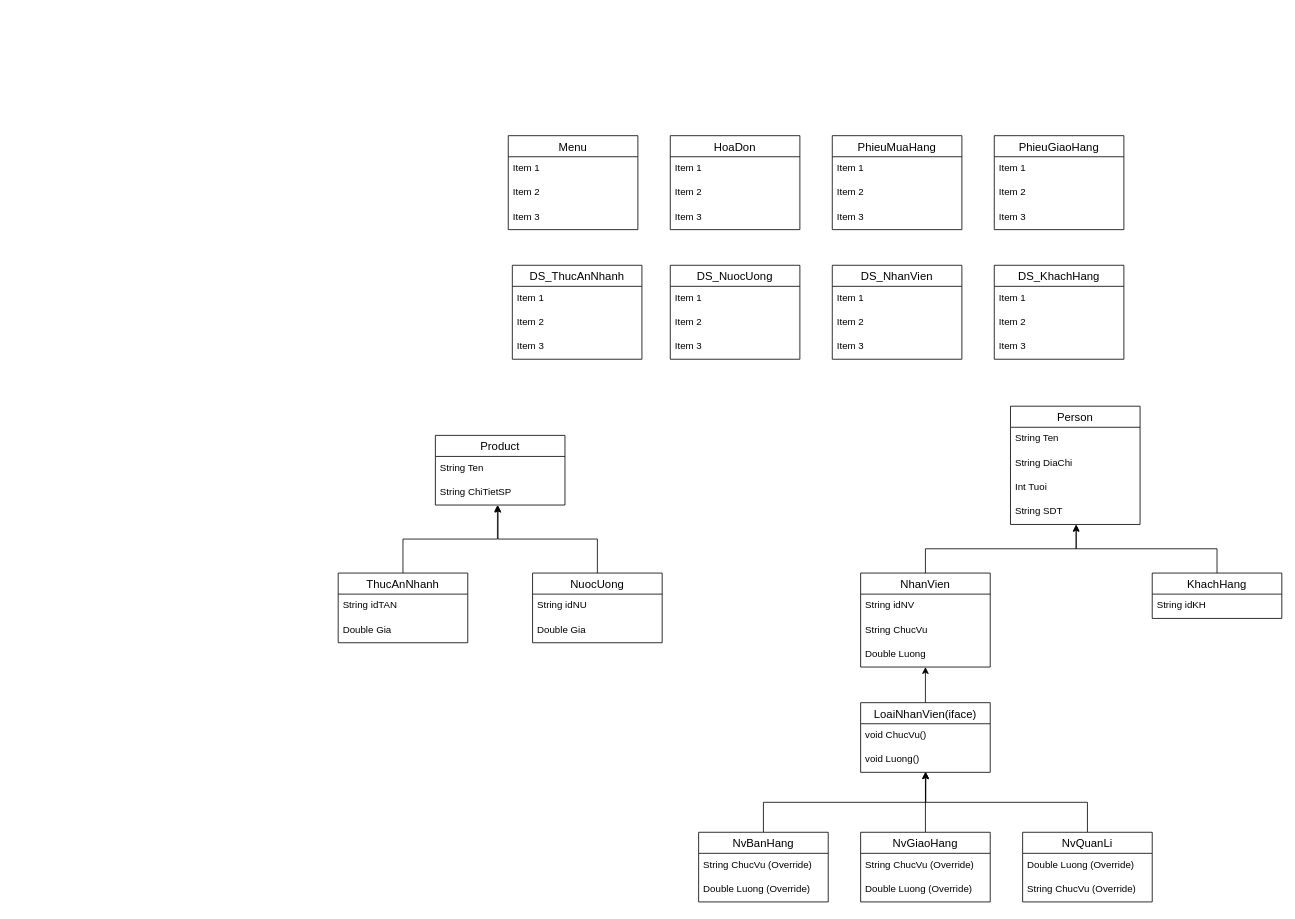
Above: UMLDiagram.drawio in EdgarIgnite16/Fast-food-store-Manager-OOP (draw.io), before the change. Source tidied: cells renumbered, new cells numbered last; positions are measured from the earlier drawing's top-left corner, leaving out a move shared by most shapes. Both pictures are drawn from the tidied source at 81%, with x=0, y=0 at pixel (338, 135).
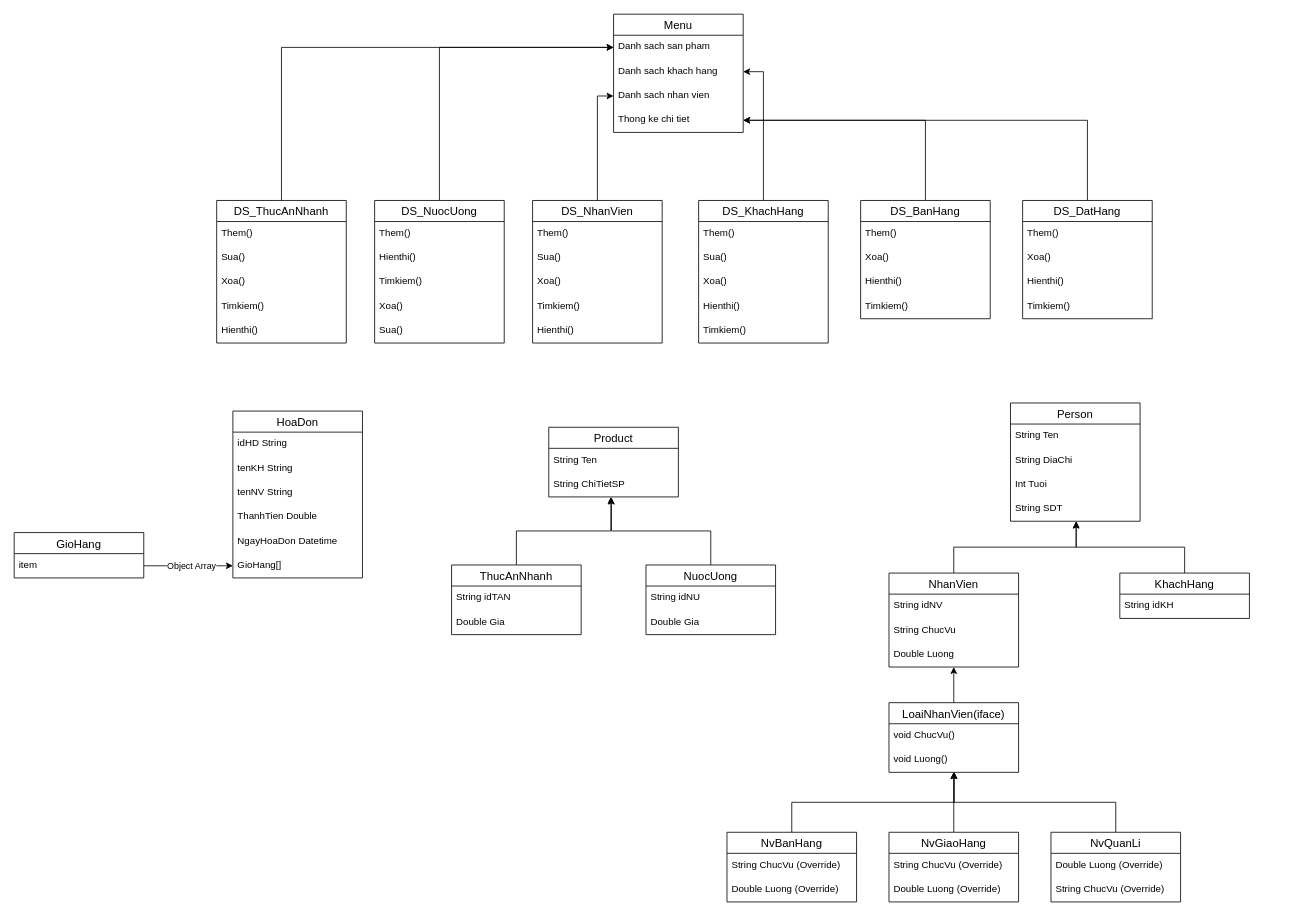
The same diagram, later.

Commit message (it also covers changes not shown here):
update UML diagram

Diff of the diagram source:
```diff
@@
     <mxCell id="2" value="Product" style="swimlane;fontStyle=0;horizontal=1;startSize=26;align=center;fontSize=14;" parent="1" vertex="1">
-      <mxGeometry x="120" y="370" width="160" height="86" as="geometry" />
+      <mxGeometry x="260" y="360" width="160" height="86" as="geometry" />
     </mxCell>
@@
     <mxCell id="5" value="HoaDon" style="swimlane;fontStyle=0;horizontal=1;startSize=26;align=center;fontSize=14;" parent="1" vertex="1">
-      <mxGeometry x="410" width="160" height="116" as="geometry" />
+      <mxGeometry x="-130" y="340" width="160" height="206" as="geometry" />
     </mxCell>
-    <mxCell id="6" value="Item 1" style="text;strokeColor=none;fillColor=none;spacingLeft=4;spacingRight=4;overflow=hidden;fontSize=12;" parent="5" vertex="1">
+    <mxCell id="6" value="idHD String" style="text;strokeColor=none;fillColor=none;spacingLeft=4;spacingRight=4;overflow=hidden;fontSize=12;" parent="5" vertex="1">
       <mxGeometry y="26" width="160" height="30" as="geometry" />
     </mxCell>
+    <mxCell id="74" value="tenKH String" style="text;strokeColor=none;fillColor=none;spacingLeft=4;spacingRight=4;overflow=hidden;fontSize=12;" parent="5" vertex="1">
+      <mxGeometry y="56" width="160" height="30" as="geometry" />
+    </mxCell>
+    <mxCell id="75" value="tenNV String" style="text;strokeColor=none;fillColor=none;spacingLeft=4;spacingRight=4;overflow=hidden;fontSize=12;" parent="5" vertex="1">
+      <mxGeometry y="86" width="160" height="30" as="geometry" />
+    </mxCell>
+    <mxCell id="76" value="ThanhTien Double" style="text;strokeColor=none;fillColor=none;spacingLeft=4;spacingRight=4;overflow=hidden;fontSize=12;" parent="5" vertex="1">
+      <mxGeometry y="116" width="160" height="30" as="geometry" />
+    </mxCell>
-    <mxCell id="7" value="Item 2" style="text;strokeColor=none;fillColor=none;spacingLeft=4;spacingRight=4;overflow=hidden;fontSize=12;" parent="5" vertex="1">
-      <mxGeometry y="56" width="160" height="30" as="geometry" />
+    <mxCell id="7" value="NgayHoaDon Datetime" style="text;strokeColor=none;fillColor=none;spacingLeft=4;spacingRight=4;overflow=hidden;fontSize=12;" parent="5" vertex="1">
+      <mxGeometry y="146" width="160" height="30" as="geometry" />
     </mxCell>
-    <mxCell id="8" value="Item 3" style="text;strokeColor=none;fillColor=none;spacingLeft=4;spacingRight=4;overflow=hidden;fontSize=12;" parent="5" vertex="1">
-      <mxGeometry y="86" width="160" height="30" as="geometry" />
-    </mxCell>
-    <mxCell id="9" value="PhieuMuaHang" style="swimlane;fontStyle=0;horizontal=1;startSize=26;align=center;fontSize=14;" parent="1" vertex="1">
-      <mxGeometry x="610" width="160" height="116" as="geometry" />
-    </mxCell>
-    <mxCell id="10" value="Item 1" style="text;strokeColor=none;fillColor=none;spacingLeft=4;spacingRight=4;overflow=hidden;fontSize=12;" parent="9" vertex="1">
-      <mxGeometry y="26" width="160" height="30" as="geometry" />
-    </mxCell>
-    <mxCell id="11" value="Item 2" style="text;strokeColor=none;fillColor=none;spacingLeft=4;spacingRight=4;overflow=hidden;fontSize=12;" parent="9" vertex="1">
-      <mxGeometry y="56" width="160" height="30" as="geometry" />
-    </mxCell>
-    <mxCell id="12" value="Item 3" style="text;strokeColor=none;fillColor=none;spacingLeft=4;spacingRight=4;overflow=hidden;fontSize=12;" parent="9" vertex="1">
-      <mxGeometry y="86" width="160" height="30" as="geometry" />
-    </mxCell>
-    <mxCell id="13" value="PhieuGiaoHang" style="swimlane;fontStyle=0;horizontal=1;startSize=26;align=center;fontSize=14;" parent="1" vertex="1">
-      <mxGeometry x="810" width="160" height="116" as="geometry" />
-    </mxCell>
-    <mxCell id="14" value="Item 1" style="text;strokeColor=none;fillColor=none;spacingLeft=4;spacingRight=4;overflow=hidden;fontSize=12;" parent="13" vertex="1">
-      <mxGeometry y="26" width="160" height="30" as="geometry" />
-    </mxCell>
-    <mxCell id="15" value="Item 2" style="text;strokeColor=none;fillColor=none;spacingLeft=4;spacingRight=4;overflow=hidden;fontSize=12;" parent="13" vertex="1">
-      <mxGeometry y="56" width="160" height="30" as="geometry" />
-    </mxCell>
-    <mxCell id="16" value="Item 3" style="text;strokeColor=none;fillColor=none;spacingLeft=4;spacingRight=4;overflow=hidden;fontSize=12;" parent="13" vertex="1">
-      <mxGeometry y="86" width="160" height="30" as="geometry" />
-    </mxCell>
+    <mxCell id="77" value="GioHang[]" style="text;strokeColor=none;fillColor=none;spacingLeft=4;spacingRight=4;overflow=hidden;points=[[0,0.5],[1,0.5]];portConstraint=eastwest;fontSize=12;" parent="5" vertex="1">
+      <mxGeometry y="176" width="160" height="30" as="geometry" />
+    </mxCell>
@@
     <mxCell id="18" value="ThucAnNhanh" style="swimlane;fontStyle=0;horizontal=1;startSize=26;align=center;fontSize=14;" parent="1" vertex="1">
-      <mxGeometry y="540" width="160" height="86" as="geometry" />
+      <mxGeometry x="140" y="530" width="160" height="86" as="geometry" />
     </mxCell>
@@
     <mxCell id="22" value="NuocUong" style="swimlane;fontStyle=0;horizontal=1;startSize=26;align=center;fontSize=14;" parent="1" vertex="1">
-      <mxGeometry x="240" y="540" width="160" height="86" as="geometry" />
+      <mxGeometry x="380" y="530" width="160" height="86" as="geometry" />
     </mxCell>
@@
     <mxCell id="25" value="Person" style="swimlane;fontStyle=0;horizontal=1;startSize=26;align=center;fontSize=14;" parent="1" vertex="1">
-      <mxGeometry x="830" y="334" width="160" height="146" as="geometry" />
+      <mxGeometry x="830" y="330" width="160" height="146" as="geometry" />
     </mxCell>
@@
     <mxCell id="31" value="NhanVien" style="swimlane;fontStyle=0;horizontal=1;startSize=26;align=center;fontSize=14;" parent="1" vertex="1">
-      <mxGeometry x="645" y="540" width="160" height="116" as="geometry" />
+      <mxGeometry x="680" y="540" width="160" height="116" as="geometry" />
     </mxCell>
@@
     <mxCell id="36" value="KhachHang" style="swimlane;fontStyle=0;horizontal=1;startSize=26;align=center;fontSize=14;" parent="1" vertex="1">
-      <mxGeometry x="1005" y="540" width="160" height="56" as="geometry" />
+      <mxGeometry x="965" y="540" width="160" height="56" as="geometry" />
     </mxCell>
@@
     <mxCell id="39" value="NvBanHang" style="swimlane;fontStyle=0;horizontal=1;startSize=26;align=center;fontSize=14;" parent="1" vertex="1">
-      <mxGeometry x="445" y="860" width="160" height="86" as="geometry" />
+      <mxGeometry x="480" y="860" width="160" height="86" as="geometry" />
     </mxCell>
@@
+    <mxCell id="78" style="edgeStyle=orthogonalEdgeStyle;rounded=0;jettySize=auto;html=1;entryX=0;entryY=0.5;entryDx=0;entryDy=0;" parent="1" edge="1" source="42" target="67">
+      <mxGeometry relative="1" as="geometry" />
+    </mxCell>
     <mxCell id="42" value="DS_ThucAnNhanh" style="swimlane;fontStyle=0;horizontal=1;startSize=26;align=center;fontSize=14;" parent="1" vertex="1">
-      <mxGeometry x="215" y="160" width="160" height="116" as="geometry" />
+      <mxGeometry x="-150" y="80" width="160" height="176" as="geometry" />
     </mxCell>
-    <mxCell id="43" value="Item 1" style="text;strokeColor=none;fillColor=none;spacingLeft=4;spacingRight=4;overflow=hidden;fontSize=12;" parent="42" vertex="1">
+    <mxCell id="43" value="Them()" style="text;strokeColor=none;fillColor=none;spacingLeft=4;spacingRight=4;overflow=hidden;fontSize=12;" parent="42" vertex="1">
       <mxGeometry y="26" width="160" height="30" as="geometry" />
     </mxCell>
-    <mxCell id="44" value="Item 2" style="text;strokeColor=none;fillColor=none;spacingLeft=4;spacingRight=4;overflow=hidden;fontSize=12;" parent="42" vertex="1">
+    <mxCell id="44" value="Sua()" style="text;strokeColor=none;fillColor=none;spacingLeft=4;spacingRight=4;overflow=hidden;fontSize=12;" parent="42" vertex="1">
       <mxGeometry y="56" width="160" height="30" as="geometry" />
     </mxCell>
-    <mxCell id="45" value="Item 3" style="text;strokeColor=none;fillColor=none;spacingLeft=4;spacingRight=4;overflow=hidden;fontSize=12;" parent="42" vertex="1">
+    <mxCell id="45" value="Xoa()" style="text;strokeColor=none;fillColor=none;spacingLeft=4;spacingRight=4;overflow=hidden;fontSize=12;" parent="42" vertex="1">
       <mxGeometry y="86" width="160" height="30" as="geometry" />
     </mxCell>
+    <mxCell id="79" value="Timkiem()" style="text;strokeColor=none;fillColor=none;spacingLeft=4;spacingRight=4;overflow=hidden;fontSize=12;" parent="42" vertex="1">
+      <mxGeometry y="116" width="160" height="30" as="geometry" />
+    </mxCell>
+    <mxCell id="80" value="Hienthi()" style="text;strokeColor=none;fillColor=none;spacingLeft=4;spacingRight=4;overflow=hidden;fontSize=12;" parent="42" vertex="1">
+      <mxGeometry y="146" width="160" height="30" as="geometry" />
+    </mxCell>
+    <mxCell id="81" style="edgeStyle=orthogonalEdgeStyle;rounded=0;jettySize=auto;html=1;entryX=0;entryY=0.5;entryDx=0;entryDy=0;" parent="1" edge="1" source="46" target="67">
+      <mxGeometry relative="1" as="geometry" />
+    </mxCell>
     <mxCell id="46" value="DS_NuocUong" style="swimlane;fontStyle=0;horizontal=1;startSize=26;align=center;fontSize=14;" parent="1" vertex="1">
-      <mxGeometry x="410" y="160" width="160" height="116" as="geometry" />
+      <mxGeometry x="45" y="80" width="160" height="176" as="geometry" />
     </mxCell>
-    <mxCell id="47" value="Item 1" style="text;strokeColor=none;fillColor=none;spacingLeft=4;spacingRight=4;overflow=hidden;fontSize=12;" parent="46" vertex="1">
-      <mxGeometry y="26" width="160" height="30" as="geometry" />
-    </mxCell>
-    <mxCell id="48" value="Item 2" style="text;strokeColor=none;fillColor=none;spacingLeft=4;spacingRight=4;overflow=hidden;fontSize=12;" parent="46" vertex="1">
-      <mxGeometry y="56" width="160" height="30" as="geometry" />
-    </mxCell>
-    <mxCell id="49" value="Item 3" style="text;strokeColor=none;fillColor=none;spacingLeft=4;spacingRight=4;overflow=hidden;fontSize=12;" parent="46" vertex="1">
-      <mxGeometry y="86" width="160" height="30" as="geometry" />
-    </mxCell>
+    <mxCell id="82" value="Them()" style="text;strokeColor=none;fillColor=none;spacingLeft=4;spacingRight=4;overflow=hidden;fontSize=12;" parent="46" vertex="1">
+      <mxGeometry y="26" width="160" height="30" as="geometry" />
+    </mxCell>
+    <mxCell id="83" value="Hienthi()" style="text;strokeColor=none;fillColor=none;spacingLeft=4;spacingRight=4;overflow=hidden;fontSize=12;" parent="46" vertex="1">
+      <mxGeometry y="56" width="160" height="30" as="geometry" />
+    </mxCell>
+    <mxCell id="84" value="Timkiem()" style="text;strokeColor=none;fillColor=none;spacingLeft=4;spacingRight=4;overflow=hidden;fontSize=12;" parent="46" vertex="1">
+      <mxGeometry y="86" width="160" height="30" as="geometry" />
+    </mxCell>
+    <mxCell id="85" value="Xoa()" style="text;strokeColor=none;fillColor=none;spacingLeft=4;spacingRight=4;overflow=hidden;fontSize=12;" parent="46" vertex="1">
+      <mxGeometry y="116" width="160" height="30" as="geometry" />
+    </mxCell>
+    <mxCell id="86" value="Sua()" style="text;strokeColor=none;fillColor=none;spacingLeft=4;spacingRight=4;overflow=hidden;fontSize=12;" parent="46" vertex="1">
+      <mxGeometry y="146" width="160" height="30" as="geometry" />
+    </mxCell>
+    <mxCell id="87" style="edgeStyle=orthogonalEdgeStyle;rounded=0;jettySize=auto;html=1;entryX=0;entryY=0.5;entryDx=0;entryDy=0;" parent="1" edge="1" source="50" target="100">
+      <mxGeometry relative="1" as="geometry" />
+    </mxCell>
     <mxCell id="50" value="DS_NhanVien" style="swimlane;fontStyle=0;horizontal=1;startSize=26;align=center;fontSize=14;" parent="1" vertex="1">
-      <mxGeometry x="610" y="160" width="160" height="116" as="geometry" />
+      <mxGeometry x="240" y="80" width="160" height="176" as="geometry" />
     </mxCell>
-    <mxCell id="51" value="Item 1" style="text;strokeColor=none;fillColor=none;spacingLeft=4;spacingRight=4;overflow=hidden;fontSize=12;" parent="50" vertex="1">
-      <mxGeometry y="26" width="160" height="30" as="geometry" />
-    </mxCell>
-    <mxCell id="52" value="Item 2" style="text;strokeColor=none;fillColor=none;spacingLeft=4;spacingRight=4;overflow=hidden;fontSize=12;" parent="50" vertex="1">
-      <mxGeometry y="56" width="160" height="30" as="geometry" />
-    </mxCell>
-    <mxCell id="53" value="Item 3" style="text;strokeColor=none;fillColor=none;spacingLeft=4;spacingRight=4;overflow=hidden;fontSize=12;" parent="50" vertex="1">
-      <mxGeometry y="86" width="160" height="30" as="geometry" />
-    </mxCell>
+    <mxCell id="88" value="Them()" style="text;strokeColor=none;fillColor=none;spacingLeft=4;spacingRight=4;overflow=hidden;fontSize=12;" parent="50" vertex="1">
+      <mxGeometry y="26" width="160" height="30" as="geometry" />
+    </mxCell>
+    <mxCell id="89" value="Sua()" style="text;strokeColor=none;fillColor=none;spacingLeft=4;spacingRight=4;overflow=hidden;fontSize=12;" parent="50" vertex="1">
+      <mxGeometry y="56" width="160" height="30" as="geometry" />
+    </mxCell>
+    <mxCell id="90" value="Xoa()" style="text;strokeColor=none;fillColor=none;spacingLeft=4;spacingRight=4;overflow=hidden;fontSize=12;" parent="50" vertex="1">
+      <mxGeometry y="86" width="160" height="30" as="geometry" />
+    </mxCell>
+    <mxCell id="91" value="Timkiem()" style="text;strokeColor=none;fillColor=none;spacingLeft=4;spacingRight=4;overflow=hidden;fontSize=12;" parent="50" vertex="1">
+      <mxGeometry y="116" width="160" height="30" as="geometry" />
+    </mxCell>
+    <mxCell id="92" value="Hienthi()" style="text;strokeColor=none;fillColor=none;spacingLeft=4;spacingRight=4;overflow=hidden;fontSize=12;" parent="50" vertex="1">
+      <mxGeometry y="146" width="160" height="30" as="geometry" />
+    </mxCell>
+    <mxCell id="93" style="edgeStyle=orthogonalEdgeStyle;rounded=0;jettySize=auto;html=1;entryX=1;entryY=0.5;entryDx=0;entryDy=0;" parent="1" edge="1" source="54" target="99">
+      <mxGeometry relative="1" as="geometry" />
+    </mxCell>
     <mxCell id="54" value="DS_KhachHang" style="swimlane;fontStyle=0;horizontal=1;startSize=26;align=center;fontSize=14;" parent="1" vertex="1">
-      <mxGeometry x="810" y="160" width="160" height="116" as="geometry" />
+      <mxGeometry x="445" y="80" width="160" height="176" as="geometry" />
     </mxCell>
-    <mxCell id="55" value="Item 1" style="text;strokeColor=none;fillColor=none;spacingLeft=4;spacingRight=4;overflow=hidden;fontSize=12;" parent="54" vertex="1">
-      <mxGeometry y="26" width="160" height="30" as="geometry" />
-    </mxCell>
-    <mxCell id="56" value="Item 2" style="text;strokeColor=none;fillColor=none;spacingLeft=4;spacingRight=4;overflow=hidden;fontSize=12;" parent="54" vertex="1">
-      <mxGeometry y="56" width="160" height="30" as="geometry" />
-    </mxCell>
-    <mxCell id="57" value="Item 3" style="text;strokeColor=none;fillColor=none;spacingLeft=4;spacingRight=4;overflow=hidden;fontSize=12;" parent="54" vertex="1">
-      <mxGeometry y="86" width="160" height="30" as="geometry" />
-    </mxCell>
+    <mxCell id="94" value="Them()" style="text;strokeColor=none;fillColor=none;spacingLeft=4;spacingRight=4;overflow=hidden;fontSize=12;" parent="54" vertex="1">
+      <mxGeometry y="26" width="160" height="30" as="geometry" />
+    </mxCell>
+    <mxCell id="95" value="Sua()" style="text;strokeColor=none;fillColor=none;spacingLeft=4;spacingRight=4;overflow=hidden;fontSize=12;" parent="54" vertex="1">
+      <mxGeometry y="56" width="160" height="30" as="geometry" />
+    </mxCell>
+    <mxCell id="96" value="Xoa()" style="text;strokeColor=none;fillColor=none;spacingLeft=4;spacingRight=4;overflow=hidden;fontSize=12;" parent="54" vertex="1">
+      <mxGeometry y="86" width="160" height="30" as="geometry" />
+    </mxCell>
+    <mxCell id="97" value="Hienthi()" style="text;strokeColor=none;fillColor=none;spacingLeft=4;spacingRight=4;overflow=hidden;fontSize=12;" parent="54" vertex="1">
+      <mxGeometry y="116" width="160" height="30" as="geometry" />
+    </mxCell>
+    <mxCell id="98" value="Timkiem()" style="text;strokeColor=none;fillColor=none;spacingLeft=4;spacingRight=4;overflow=hidden;fontSize=12;" parent="54" vertex="1">
+      <mxGeometry y="146" width="160" height="30" as="geometry" />
+    </mxCell>
@@
     <mxCell id="59" value="NvGiaoHang" style="swimlane;fontStyle=0;horizontal=1;startSize=26;align=center;fontSize=14;" parent="1" vertex="1">
-      <mxGeometry x="645" y="860" width="160" height="86" as="geometry" />
+      <mxGeometry x="680" y="860" width="160" height="86" as="geometry" />
     </mxCell>
@@
     <mxCell id="63" value="NvQuanLi" style="swimlane;fontStyle=0;horizontal=1;startSize=26;align=center;fontSize=14;swimlaneFillColor=default;" parent="1" vertex="1">
-      <mxGeometry x="845" y="860" width="160" height="86" as="geometry" />
+      <mxGeometry x="880" y="860" width="160" height="86" as="geometry" />
     </mxCell>
@@
     <mxCell id="66" value="Menu" style="swimlane;fontStyle=0;horizontal=1;startSize=26;align=center;fontSize=14;" parent="1" vertex="1">
-      <mxGeometry x="210" width="160" height="116" as="geometry" />
+      <mxGeometry x="340" y="-150" width="160" height="146" as="geometry" />
     </mxCell>
-    <mxCell id="67" value="Item 1" style="text;strokeColor=none;fillColor=none;spacingLeft=4;spacingRight=4;overflow=hidden;points=[[0,0.5],[1,0.5]];portConstraint=eastwest;fontSize=12;" parent="66" vertex="1">
+    <mxCell id="67" value="Danh sach san pham" style="text;strokeColor=none;fillColor=none;spacingLeft=4;spacingRight=4;overflow=hidden;points=[[0,0.5],[1,0.5]];portConstraint=eastwest;fontSize=12;" parent="66" vertex="1">
       <mxGeometry y="26" width="160" height="30" as="geometry" />
     </mxCell>
-    <mxCell id="68" value="Item 2" style="text;strokeColor=none;fillColor=none;spacingLeft=4;spacingRight=4;overflow=hidden;fontSize=12;" parent="66" vertex="1">
-      <mxGeometry y="56" width="160" height="30" as="geometry" />
-    </mxCell>
-    <mxCell id="69" value="Item 3" style="text;strokeColor=none;fillColor=none;spacingLeft=4;spacingRight=4;overflow=hidden;fontSize=12;" parent="66" vertex="1">
-      <mxGeometry y="86" width="160" height="30" as="geometry" />
-    </mxCell>
+    <mxCell id="99" value="Danh sach khach hang" style="text;strokeColor=none;fillColor=none;spacingLeft=4;spacingRight=4;overflow=hidden;points=[[0,0.5],[1,0.5]];portConstraint=eastwest;fontSize=12;" parent="66" vertex="1">
+      <mxGeometry y="56" width="160" height="30" as="geometry" />
+    </mxCell>
+    <mxCell id="100" value="Danh sach nhan vien" style="text;strokeColor=none;fillColor=none;spacingLeft=4;spacingRight=4;overflow=hidden;points=[[0,0.5],[1,0.5]];portConstraint=eastwest;fontSize=12;" parent="66" vertex="1">
+      <mxGeometry y="86" width="160" height="30" as="geometry" />
+    </mxCell>
+    <mxCell id="101" value="Thong ke chi tiet" style="text;strokeColor=none;fillColor=none;spacingLeft=4;spacingRight=4;overflow=hidden;points=[[0,0.5],[1,0.5]];portConstraint=eastwest;fontSize=12;" parent="66" vertex="1">
+      <mxGeometry y="116" width="160" height="30" as="geometry" />
+    </mxCell>
@@
     <mxCell id="71" value="LoaiNhanVien(iface)" style="swimlane;fontStyle=0;horizontal=1;startSize=26;align=center;fontSize=14;" parent="1" vertex="1">
-      <mxGeometry x="645" y="700" width="160" height="86" as="geometry" />
+      <mxGeometry x="680" y="700" width="160" height="86" as="geometry" />
     </mxCell>
@@
+    <mxCell id="102" style="edgeStyle=orthogonalEdgeStyle;rounded=0;jettySize=auto;html=1;" parent="1" edge="1" source="103" target="101">
+      <mxGeometry relative="1" as="geometry" />
+    </mxCell>
+    <mxCell id="103" value="DS_BanHang" style="swimlane;fontStyle=0;horizontal=1;startSize=26;align=center;fontSize=14;" parent="1" vertex="1">
+      <mxGeometry x="645" y="80" width="160" height="146" as="geometry" />
+    </mxCell>
+    <mxCell id="104" value="Them()" style="text;strokeColor=none;fillColor=none;spacingLeft=4;spacingRight=4;overflow=hidden;fontSize=12;" parent="103" vertex="1">
+      <mxGeometry y="26" width="160" height="30" as="geometry" />
+    </mxCell>
+    <mxCell id="105" value="Xoa()" style="text;strokeColor=none;fillColor=none;spacingLeft=4;spacingRight=4;overflow=hidden;fontSize=12;" parent="103" vertex="1">
+      <mxGeometry y="56" width="160" height="30" as="geometry" />
+    </mxCell>
+    <mxCell id="106" value="Hienthi()" style="text;strokeColor=none;fillColor=none;spacingLeft=4;spacingRight=4;overflow=hidden;fontSize=12;" parent="103" vertex="1">
+      <mxGeometry y="86" width="160" height="30" as="geometry" />
+    </mxCell>
+    <mxCell id="107" value="Timkiem()" style="text;strokeColor=none;fillColor=none;spacingLeft=4;spacingRight=4;overflow=hidden;fontSize=12;" parent="103" vertex="1">
+      <mxGeometry y="116" width="160" height="30" as="geometry" />
+    </mxCell>
+    <mxCell id="108" style="edgeStyle=orthogonalEdgeStyle;rounded=0;jettySize=auto;html=1;" parent="1" edge="1" source="109" target="101">
+      <mxGeometry relative="1" as="geometry" />
+    </mxCell>
+    <mxCell id="109" value="DS_DatHang" style="swimlane;fontStyle=0;horizontal=1;startSize=26;align=center;fontSize=14;" parent="1" vertex="1">
+      <mxGeometry x="845" y="80" width="160" height="146" as="geometry" />
+    </mxCell>
+    <mxCell id="110" value="Them()" style="text;strokeColor=none;fillColor=none;spacingLeft=4;spacingRight=4;overflow=hidden;fontSize=12;" parent="109" vertex="1">
+      <mxGeometry y="26" width="160" height="30" as="geometry" />
+    </mxCell>
+    <mxCell id="111" value="Xoa()" style="text;strokeColor=none;fillColor=none;spacingLeft=4;spacingRight=4;overflow=hidden;fontSize=12;" parent="109" vertex="1">
+      <mxGeometry y="56" width="160" height="30" as="geometry" />
+    </mxCell>
+    <mxCell id="112" value="Hienthi()" style="text;strokeColor=none;fillColor=none;spacingLeft=4;spacingRight=4;overflow=hidden;fontSize=12;" parent="109" vertex="1">
+      <mxGeometry y="86" width="160" height="30" as="geometry" />
+    </mxCell>
+    <mxCell id="113" value="Timkiem()" style="text;strokeColor=none;fillColor=none;spacingLeft=4;spacingRight=4;overflow=hidden;fontSize=12;" parent="109" vertex="1">
+      <mxGeometry y="116" width="160" height="30" as="geometry" />
+    </mxCell>
+    <mxCell id="114" value="Object Array" style="edgeStyle=orthogonalEdgeStyle;rounded=0;jettySize=auto;html=1;entryX=0;entryY=0.5;entryDx=0;entryDy=0;" parent="1" edge="1" source="116" target="77">
+      <mxGeometry x="0.07" relative="1" as="geometry" />
+    </mxCell>
+    <mxCell id="115" value="GioHang" style="swimlane;fontStyle=0;horizontal=1;startSize=26;align=center;fontSize=14;" parent="1" vertex="1">
+      <mxGeometry x="-400" y="490" width="160" height="56" as="geometry" />
+    </mxCell>
+    <mxCell id="116" value="item" style="text;strokeColor=none;fillColor=none;spacingLeft=4;spacingRight=4;overflow=hidden;points=[[0,0.5],[1,0.5]];portConstraint=eastwest;fontSize=12;" parent="115" vertex="1">
+      <mxGeometry y="26" width="160" height="30" as="geometry" />
+    </mxCell>
```
